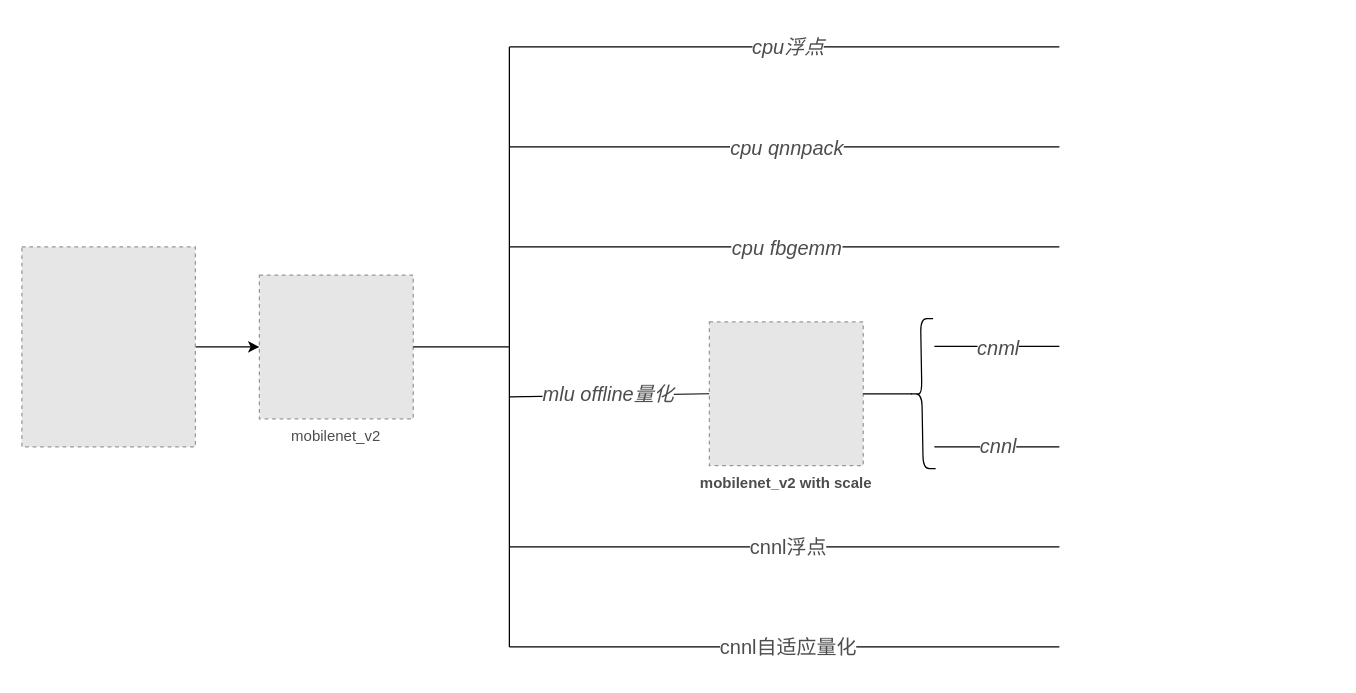
Before: torch/quantize_analysis.drawio in alanzhai219/dive_into_framework, a draw.io diagram. Source tidied: cells renumbered, new cells numbered last; positions are measured from the earlier drawing's top-left corner, leaving out a move shared by most shapes. Both pictures are drawn from the tidied source at 125%, with x=0, y=0 at pixel (21, 46). Pictures stored in the file or linked from it are replaced by grey dashed boxes.
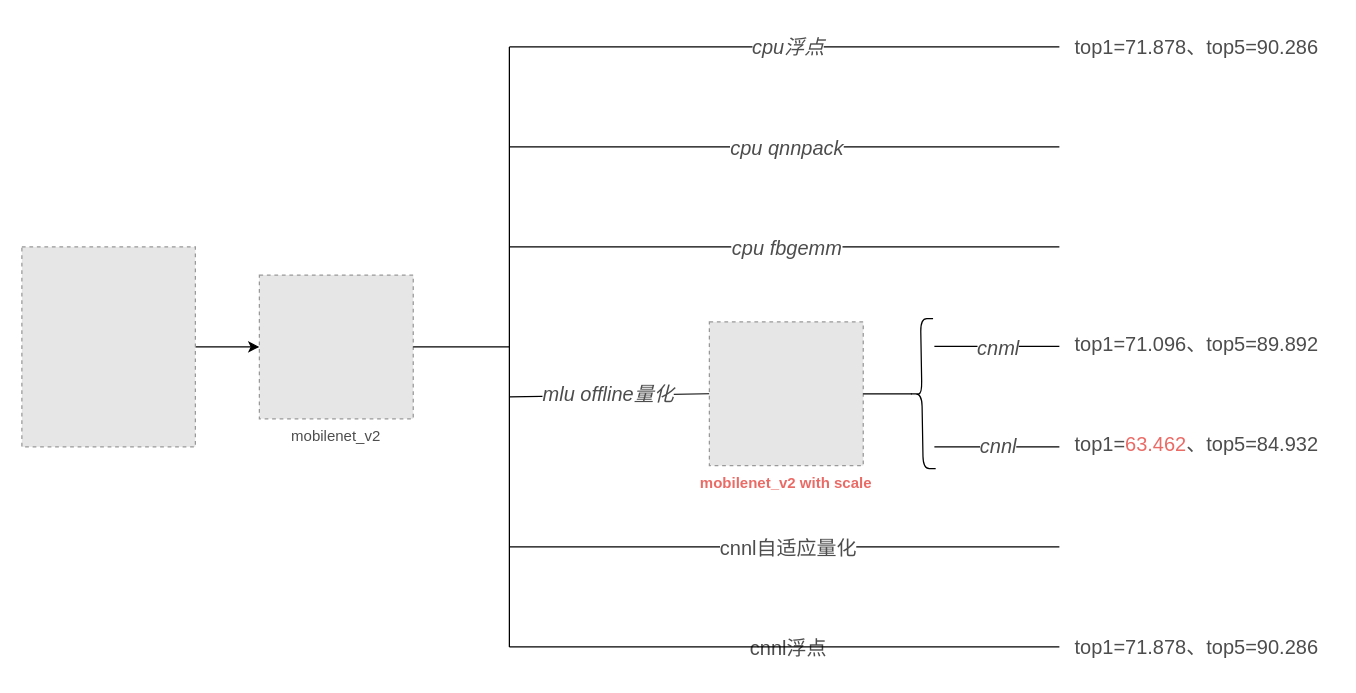
The same page after the edit.

The change refers to these unchanged cells:
```xml
<mxCell id="15" style="endArrow=none;html=1;rounded=0;fontColor=#4D4D4D;" parent="1" edge="1">
  <mxGeometry relative="1" as="geometry">
    <mxPoint x="390" y="400" as="sourcePoint" />
    <mxPoint x="830" y="400" as="targetPoint" />
  </mxGeometry>
</mxCell>
<mxCell id="17" style="endArrow=none;html=1;rounded=0;fontColor=#4D4D4D;" parent="1" edge="1">
  <mxGeometry relative="1" as="geometry">
    <mxPoint x="390" y="480" as="sourcePoint" />
    <mxPoint x="830" y="480" as="targetPoint" />
  </mxGeometry>
</mxCell>
```

What changed in the source:
```diff
@@
     <mxCell id="16" value="&lt;font style=&quot;font-size: 16px&quot;&gt;cnnl浮点&lt;/font&gt;" style="edgeLabel;html=1;align=center;verticalAlign=middle;fontColor=#4D4D4D;" parent="15" vertex="1">
       <mxGeometry x="0.3" y="1" relative="1" as="geometry">
-        <mxPoint x="-64" as="offset" />
+        <mxPoint x="-64" y="81" as="offset" />
       </mxGeometry>
     </mxCell>
@@
     <mxCell id="18" value="&lt;font style=&quot;font-size: 16px&quot;&gt;cnnl自适应量化&lt;/font&gt;" style="edgeLabel;html=1;align=center;verticalAlign=middle;fontColor=#4D4D4D;" parent="17" vertex="1">
       <mxGeometry x="0.3" y="1" relative="1" as="geometry">
-        <mxPoint x="-64" as="offset" />
+        <mxPoint x="-64" y="-79" as="offset" />
       </mxGeometry>
     </mxCell>
-    <mxCell id="19" value="mobilenet_v2 with scale" style="fillColor=#E6E6E6;strokeColor=#999999;dashed=1;verticalLabelPosition=bottom;verticalAlign=top;fontStyle=1;fontColor=#4D4D4D;" parent="1" vertex="1">
+    <mxCell id="19" value="mobilenet_v2 with scale" style="fillColor=#E6E6E6;strokeColor=#999999;dashed=1;verticalLabelPosition=bottom;verticalAlign=top;fontStyle=1;fontColor=#EA6B66;" parent="1" vertex="1">
       <mxGeometry x="550" y="220" width="123.1" height="115" as="geometry" />
     </mxCell>
@@
+    <mxCell id="26" value="top1=71.096、top5=89.892" style="text;html=1;strokeColor=none;fillColor=none;align=center;verticalAlign=middle;whiteSpace=wrap;rounded=0;fontSize=16;fontColor=#4D4D4D;" parent="1" vertex="1">
+      <mxGeometry x="830" y="217.5" width="220" height="40" as="geometry" />
+    </mxCell>
+    <mxCell id="27" value="top1=&lt;font color=&quot;#ea6b66&quot;&gt;63.462&lt;/font&gt;、top5=84.932" style="text;html=1;strokeColor=none;fillColor=none;align=center;verticalAlign=middle;whiteSpace=wrap;rounded=0;fontSize=16;fontColor=#4D4D4D;" parent="1" vertex="1">
+      <mxGeometry x="830" y="297.5" width="220" height="40" as="geometry" />
+    </mxCell>
+    <mxCell id="28" value="top1=71.878、top5=90.286" style="text;html=1;strokeColor=none;fillColor=none;align=center;verticalAlign=middle;whiteSpace=wrap;rounded=0;fontSize=16;fontColor=#4D4D4D;" parent="1" vertex="1">
+      <mxGeometry x="830" y="-20" width="220" height="40" as="geometry" />
+    </mxCell>
+    <mxCell id="29" value="top1=71.878、top5=90.286" style="text;html=1;strokeColor=none;fillColor=none;align=center;verticalAlign=middle;whiteSpace=wrap;rounded=0;fontSize=16;fontColor=#4D4D4D;" parent="1" vertex="1">
+      <mxGeometry x="830" y="460" width="220" height="40" as="geometry" />
+    </mxCell>
```
